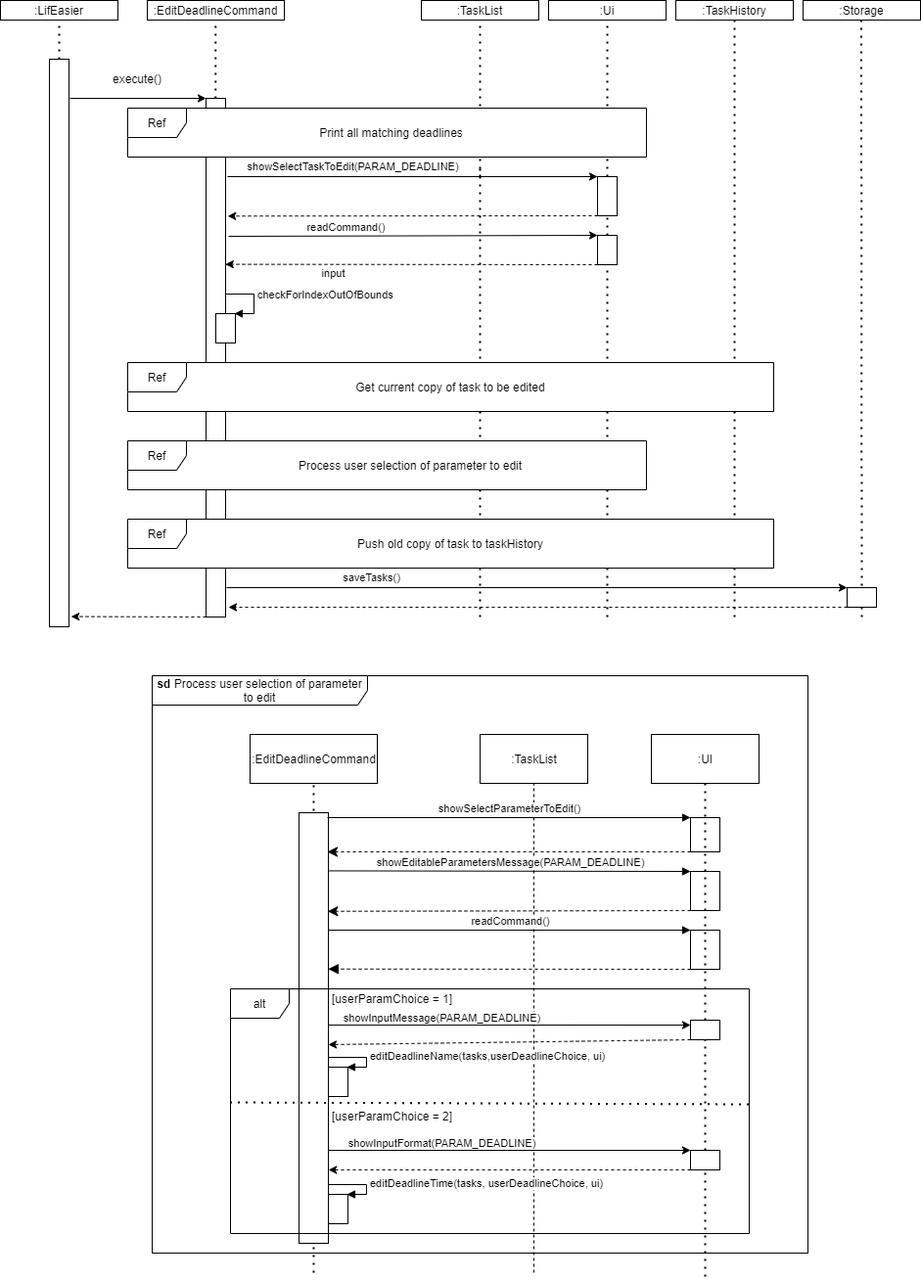
Earlier version of the draw.io export docs/images/DeveloperGuide/Figure 4.2-1.png (skyaxe97/tp). Source tidied: cells renumbered, new cells last; positions are measured from the earlier drawing's top-left corner, leaving out a move shared by most shapes.
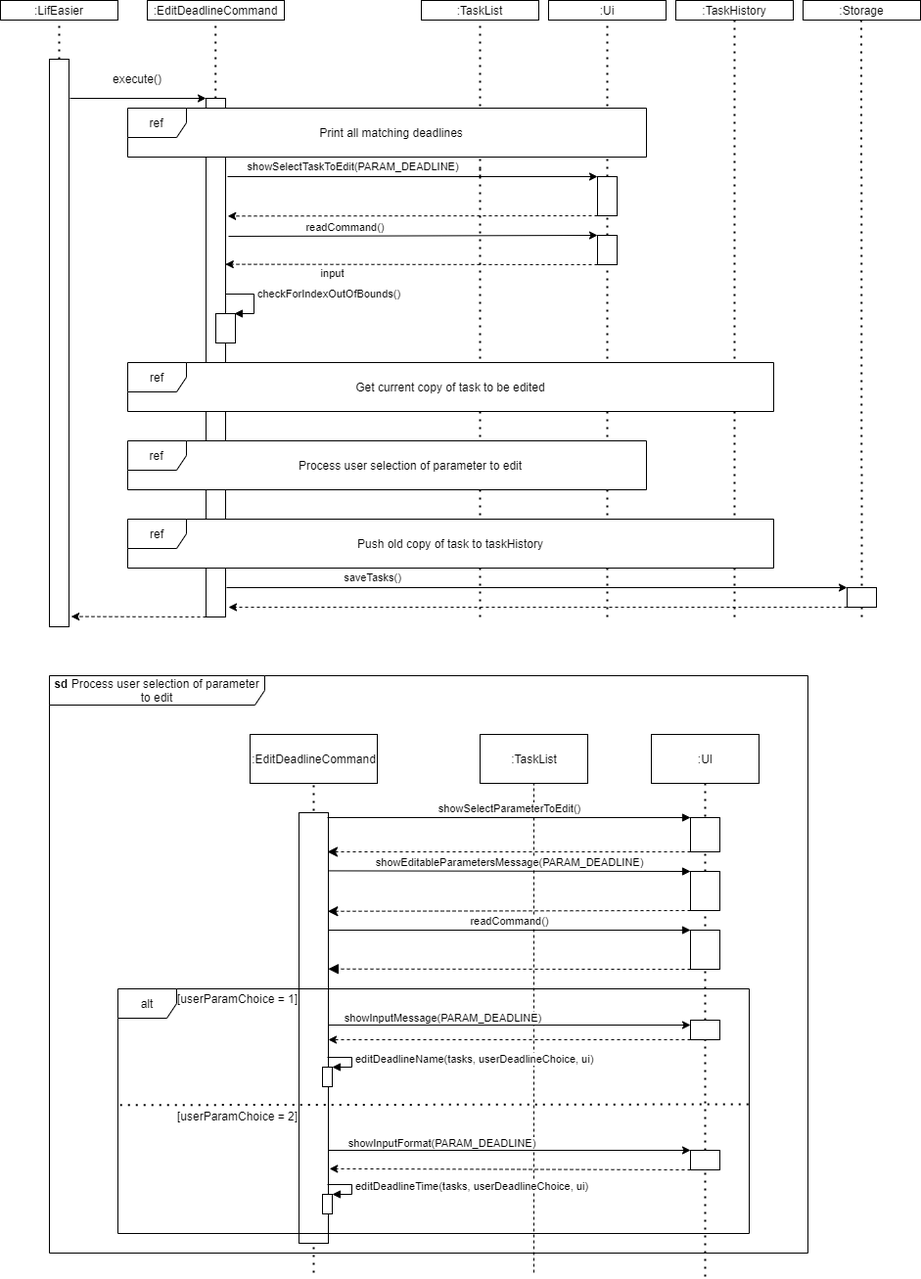
The same file after the commit.

Commit message:
Update sequence diagram according to PR comments

Diff of the diagram source:
```diff
@@ -2,6 +2,9 @@
   <root>
     <mxCell id="0" />
     <mxCell id="1" parent="0" />
+    <mxCell id="73" style="endArrow=none;dashed=1;html=1;dashPattern=1 3;strokeWidth=2;entryX=0.5;entryY=1;entryDx=0;entryDy=0;" parent="1" edge="1" source="74" target="48">
+      <mxGeometry relative="1" as="geometry" />
+    </mxCell>
     <mxCell id="2" style="endArrow=none;dashed=1;html=1;dashPattern=1 3;strokeWidth=2;" parent="1" edge="1">
       <mxGeometry relative="1" as="geometry">
         <mxPoint x="60" y="420" as="sourcePoint" />
@@ -74,7 +77,7 @@
     <mxCell id="19" style="group;" parent="1" vertex="1">
       <mxGeometry x="140" y="110" width="520" height="50" as="geometry" />
     </mxCell>
-    <mxCell id="20" value="&lt;span style=&quot;background-color: rgb(255 , 255 , 255)&quot;&gt;Ref&lt;/span&gt;" style="shape=umlFrame;whiteSpace=wrap;html=1;backgroundOutline=0;comic=0;swimlaneFillColor=#ffffff;" parent="19" vertex="1">
+    <mxCell id="20" value="&lt;span style=&quot;background-color: rgb(255 , 255 , 255)&quot;&gt;ref&lt;/span&gt;" style="shape=umlFrame;whiteSpace=wrap;html=1;backgroundOutline=0;comic=0;swimlaneFillColor=#ffffff;" parent="19" vertex="1">
       <mxGeometry x="-10" width="530" height="50" as="geometry" />
     </mxCell>
     <mxCell id="21" value="Print all matching deadlines" style="text;html=1;strokeColor=none;fillColor=none;align=center;verticalAlign=middle;whiteSpace=wrap;rounded=0;" parent="19" vertex="1">
@@ -108,7 +111,7 @@
     <mxCell id="29" style="rounded=0;whiteSpace=wrap;html=1;" parent="1" vertex="1">
       <mxGeometry x="220" y="320" width="20" height="30" as="geometry" />
     </mxCell>
-    <mxCell id="30" value="checkForIndexOutOfBounds" style="edgeStyle=orthogonalEdgeStyle;html=1;align=left;spacingLeft=2;endArrow=block;rounded=0;entryX=1;entryY=0;" parent="1" edge="1">
+    <mxCell id="30" value="checkForIndexOutOfBounds()" style="edgeStyle=orthogonalEdgeStyle;html=1;align=left;spacingLeft=2;endArrow=block;rounded=0;entryX=1;entryY=0;" parent="1" edge="1">
       <mxGeometry x="-0.16" relative="1" as="geometry">
         <mxPoint x="230" y="300" as="sourcePoint" />
         <mxPoint x="239" y="320" as="targetPoint" />
@@ -127,7 +130,7 @@
     <mxCell id="32" style="group;" parent="1" vertex="1">
       <mxGeometry x="130" y="370" width="660" height="50" as="geometry" />
     </mxCell>
-    <mxCell id="33" value="&lt;span style=&quot;background-color: rgb(255 , 255 , 255)&quot;&gt;Ref&lt;/span&gt;" style="shape=umlFrame;whiteSpace=wrap;html=1;backgroundOutline=0;comic=0;swimlaneFillColor=#ffffff;" parent="32" vertex="1">
+    <mxCell id="33" value="&lt;span style=&quot;background-color: rgb(255 , 255 , 255)&quot;&gt;ref&lt;/span&gt;" style="shape=umlFrame;whiteSpace=wrap;html=1;backgroundOutline=0;comic=0;swimlaneFillColor=#ffffff;" parent="32" vertex="1">
       <mxGeometry width="660" height="50" as="geometry" />
     </mxCell>
     <mxCell id="34" value="Get current copy of task to be edited" style="text;html=1;strokeColor=none;fillColor=none;align=center;verticalAlign=middle;whiteSpace=wrap;rounded=0;" parent="32" vertex="1">
@@ -136,7 +139,7 @@
     <mxCell id="35" style="group;" parent="1" vertex="1">
       <mxGeometry x="130" y="450" width="530" height="50" as="geometry" />
     </mxCell>
-    <mxCell id="36" value="&lt;span style=&quot;background-color: rgb(255 , 255 , 255)&quot;&gt;Ref&lt;/span&gt;" style="shape=umlFrame;whiteSpace=wrap;html=1;backgroundOutline=0;comic=0;swimlaneFillColor=#ffffff;" parent="35" vertex="1">
+    <mxCell id="36" value="&lt;span style=&quot;background-color: rgb(255 , 255 , 255)&quot;&gt;ref&lt;/span&gt;" style="shape=umlFrame;whiteSpace=wrap;html=1;backgroundOutline=0;comic=0;swimlaneFillColor=#ffffff;" parent="35" vertex="1">
       <mxGeometry width="530" height="50" as="geometry" />
     </mxCell>
     <mxCell id="37" value="Process user selection of parameter to edit" style="text;html=1;strokeColor=none;fillColor=none;align=center;verticalAlign=middle;whiteSpace=wrap;rounded=0;" parent="35" vertex="1">
@@ -145,7 +148,7 @@
     <mxCell id="38" style="group;" parent="1" vertex="1">
       <mxGeometry x="130" y="530" width="660" height="50" as="geometry" />
     </mxCell>
-    <mxCell id="39" value="&lt;span style=&quot;background-color: rgb(255 , 255 , 255)&quot;&gt;Ref&lt;/span&gt;" style="shape=umlFrame;whiteSpace=wrap;html=1;backgroundOutline=0;comic=0;swimlaneFillColor=#ffffff;" parent="38" vertex="1">
+    <mxCell id="39" value="&lt;span style=&quot;background-color: rgb(255 , 255 , 255)&quot;&gt;ref&lt;/span&gt;" style="shape=umlFrame;whiteSpace=wrap;html=1;backgroundOutline=0;comic=0;swimlaneFillColor=#ffffff;" parent="38" vertex="1">
       <mxGeometry width="660" height="50" as="geometry" />
     </mxCell>
     <mxCell id="40" value="Push old copy of task to taskHistory" style="text;html=1;strokeColor=none;fillColor=none;align=center;verticalAlign=middle;whiteSpace=wrap;rounded=0;" parent="38" vertex="1">
@@ -168,7 +171,7 @@
       <mxGeometry x="0.42" y="9" relative="1" as="geometry" />
     </mxCell>
     <mxCell id="45" value="&lt;b&gt;sd &lt;/b&gt;Process user selection of parameter to edit" style="shape=umlFrame;whiteSpace=wrap;html=1;comic=0;fillColor=#FFFFFF;width=220;height=30;" parent="1" vertex="1">
-      <mxGeometry x="155" y="690" width="670" height="590" as="geometry" />
+      <mxGeometry x="50" y="690" width="775" height="590" as="geometry" />
     </mxCell>
     <mxCell id="46" value=":TaskList" style="html=1;" parent="1" vertex="1">
       <mxGeometry x="490" y="750" width="110" height="50" as="geometry" />
@@ -202,18 +205,16 @@
       <mxGeometry x="705" y="950" width="30" height="40" as="geometry" />
     </mxCell>
     <mxCell id="55" value="alt" style="shape=umlFrame;whiteSpace=wrap;html=1;" parent="1" vertex="1">
-      <mxGeometry x="235" y="1010" width="530" height="250" as="geometry" />
+      <mxGeometry x="120" y="1010" width="645" height="250" as="geometry" />
     </mxCell>
     <mxCell id="56" value="[userParamChoice = 1]" style="text;html=1;strokeColor=none;fillColor=none;align=center;verticalAlign=middle;whiteSpace=wrap;rounded=0;comic=0;" parent="1" vertex="1">
-      <mxGeometry x="336" y="1010" width="129" height="20" as="geometry" />
+      <mxGeometry x="178" y="1010" width="129" height="20" as="geometry" />
     </mxCell>
-    <mxCell id="57" style="endArrow=none;dashed=1;html=1;dashPattern=1 3;strokeWidth=2;exitX=0.999;exitY=0.472;exitDx=0;exitDy=0;exitPerimeter=0;" parent="1" edge="1" source="55">
-      <mxGeometry relative="1" as="geometry">
-        <mxPoint x="230" y="1126" as="targetPoint" />
-      </mxGeometry>
+    <mxCell id="57" style="endArrow=none;dashed=1;html=1;dashPattern=1 3;strokeWidth=2;exitX=0.999;exitY=0.472;exitDx=0;exitDy=0;exitPerimeter=0;entryX=-0.001;entryY=0.475;entryDx=0;entryDy=0;entryPerimeter=0;" parent="1" edge="1" source="55" target="55">
+      <mxGeometry relative="1" as="geometry" />
     </mxCell>
     <mxCell id="58" value="[userParamChoice = 2]" style="text;html=1;strokeColor=none;fillColor=none;align=center;verticalAlign=middle;whiteSpace=wrap;rounded=0;comic=0;" parent="1" vertex="1">
-      <mxGeometry x="336" y="1130" width="129" height="20" as="geometry" />
+      <mxGeometry x="178" y="1130" width="129" height="20" as="geometry" />
     </mxCell>
     <mxCell id="59" value="showInputMessage(PARAM_DEADLINE)" style="endArrow=classic;html=1;entryX=0;entryY=0.25;entryDx=0;entryDy=0;exitX=0.189;exitY=0.239;exitDx=0;exitDy=0;exitPerimeter=0;" parent="1" edge="1" target="74">
       <mxGeometry x="-0.37" y="7" relative="1" as="geometry">
@@ -227,37 +228,9 @@
     </mxCell>
     <mxCell id="61" style="endArrow=classic;html=1;dashed=1;exitX=0;exitY=1;exitDx=0;exitDy=0;" parent="1" edge="1" source="74">
       <mxGeometry x="0.42" y="9" relative="1" as="geometry">
-        <mxPoint x="335" y="1067" as="targetPoint" />
+        <mxPoint x="335" y="1062" as="targetPoint" />
       </mxGeometry>
     </mxCell>
-    <mxCell id="62" style="endArrow=classic;html=1;dashed=1;entryX=0.189;entryY=0.74;entryDx=0;entryDy=0;entryPerimeter=0;exitX=0;exitY=1;exitDx=0;exitDy=0;" parent="1" edge="1" source="76" target="55">
-      <mxGeometry x="0.42" y="9" relative="1" as="geometry" />
-    </mxCell>
-    <mxCell id="63" style="rounded=0;whiteSpace=wrap;html=1;" parent="1" vertex="1">
-      <mxGeometry x="335" y="1090" width="20" height="30" as="geometry" />
-    </mxCell>
-    <mxCell id="64" value="editDeadlineName(tasks,userDeadlineChoice, ui)" style="edgeStyle=orthogonalEdgeStyle;html=1;align=left;spacingLeft=2;endArrow=block;rounded=0;entryX=1;entryY=0;exitX=0.189;exitY=0.28;exitDx=0;exitDy=0;exitPerimeter=0;" parent="1" edge="1" source="55">
-      <mxGeometry x="0.13" relative="1" as="geometry">
-        <mxPoint x="354" y="1090" as="targetPoint" />
-        <Array as="points">
-          <mxPoint x="374" y="1080" />
-          <mxPoint x="374" y="1090" />
-        </Array>
-      </mxGeometry>
-    </mxCell>
-    <mxCell id="65" style="rounded=0;whiteSpace=wrap;html=1;" parent="1" vertex="1">
-      <mxGeometry x="335" y="1220" width="20" height="30" as="geometry" />
-    </mxCell>
-    <mxCell id="66" value="editDeadlineTime(tasks, userDeadlineChoice, ui)" style="edgeStyle=orthogonalEdgeStyle;html=1;align=left;spacingLeft=2;endArrow=block;rounded=0;entryX=1;entryY=0;exitX=0.189;exitY=0.28;exitDx=0;exitDy=0;exitPerimeter=0;" parent="1" edge="1">
-      <mxGeometry x="0.13" relative="1" as="geometry">
-        <mxPoint x="335.2" y="1210" as="sourcePoint" />
-        <mxPoint x="354" y="1220" as="targetPoint" />
-        <Array as="points">
-          <mxPoint x="374" y="1210" />
-          <mxPoint x="374" y="1220" />
-        </Array>
-      </mxGeometry>
-    </mxCell>
     <mxCell id="67" value="showSelectParameterToEdit()" style="html=1;verticalAlign=bottom;endArrow=block;entryX=0;entryY=0;entryDx=0;entryDy=0;" parent="1" edge="1" target="52">
       <mxGeometry relative="1" as="geometry">
         <mxPoint x="334" y="835" as="sourcePoint" />
@@ -282,9 +255,6 @@
     <mxCell id="72" value="showEditableParametersMessage(PARAM_DEADLINE)" style="html=1;verticalAlign=bottom;endArrow=block;exitX=0.997;exitY=0.135;exitDx=0;exitDy=0;exitPerimeter=0;entryX=0;entryY=0;entryDx=0;entryDy=0;" parent="1" edge="1" source="51" target="53">
       <mxGeometry relative="1" as="geometry" />
     </mxCell>
-    <mxCell id="73" style="endArrow=none;dashed=1;html=1;dashPattern=1 3;strokeWidth=2;entryX=0.5;entryY=1;entryDx=0;entryDy=0;" parent="1" edge="1" source="74" target="48">
-      <mxGeometry relative="1" as="geometry" />
-    </mxCell>
     <mxCell id="74" style="rounded=0;whiteSpace=wrap;html=1;" parent="1" vertex="1">
       <mxGeometry x="705" y="1042" width="30" height="20" as="geometry" />
     </mxCell>
@@ -299,5 +269,34 @@
         <mxPoint x="720" y="1304" as="sourcePoint" />
       </mxGeometry>
     </mxCell>
+    <mxCell id="78" style="html=1;points=[];perimeter=orthogonalPerimeter;" parent="1" vertex="1">
+      <mxGeometry x="329" y="1090" width="10" height="20" as="geometry" />
+    </mxCell>
+    <mxCell id="79" value="editDeadlineName(tasks, userDeadlineChoice, ui)" style="edgeStyle=orthogonalEdgeStyle;html=1;align=left;spacingLeft=2;endArrow=block;rounded=0;entryX=1;entryY=0;" parent="1" edge="1" target="78">
+      <mxGeometry relative="1" as="geometry">
+        <mxPoint x="334" y="1080" as="sourcePoint" />
+        <Array as="points">
+          <mxPoint x="334" y="1080" />
+          <mxPoint x="359" y="1080" />
+          <mxPoint x="359" y="1090" />
+        </Array>
+      </mxGeometry>
+    </mxCell>
+    <mxCell id="80" style="html=1;points=[];perimeter=orthogonalPerimeter;" parent="1" vertex="1">
+      <mxGeometry x="329" y="1220" width="10" height="20" as="geometry" />
+    </mxCell>
+    <mxCell id="66" value="editDeadlineTime(tasks, userDeadlineChoice, ui)" style="edgeStyle=orthogonalEdgeStyle;html=1;align=left;spacingLeft=2;endArrow=block;rounded=0;entryX=1;entryY=0;" parent="1" edge="1" target="80">
+      <mxGeometry relative="1" as="geometry">
+        <mxPoint x="334" y="1210" as="sourcePoint" />
+        <Array as="points">
+          <mxPoint x="334" y="1210" />
+          <mxPoint x="359" y="1210" />
+          <mxPoint x="359" y="1220" />
+        </Array>
+      </mxGeometry>
+    </mxCell>
+    <mxCell id="81" style="endArrow=classic;html=1;dashed=1;exitX=0;exitY=1;exitDx=0;exitDy=0;entryX=1.04;entryY=0.827;entryDx=0;entryDy=0;entryPerimeter=0;" parent="1" edge="1" source="76" target="51">
+      <mxGeometry x="0.42" y="9" relative="1" as="geometry" />
+    </mxCell>
   </root>
 </mxGraphModel>
```
